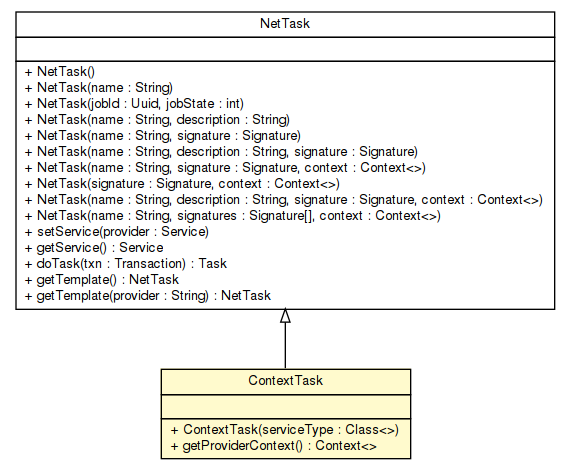
Before: apidocs/sorcer/core/exertion/ContextTask.png, a diagram exported from Graphviz (sorcersoft/sorcersoft.github.io). Its source is kept beside it as apidocs/sorcer/core/exertion/ContextTask.dot.
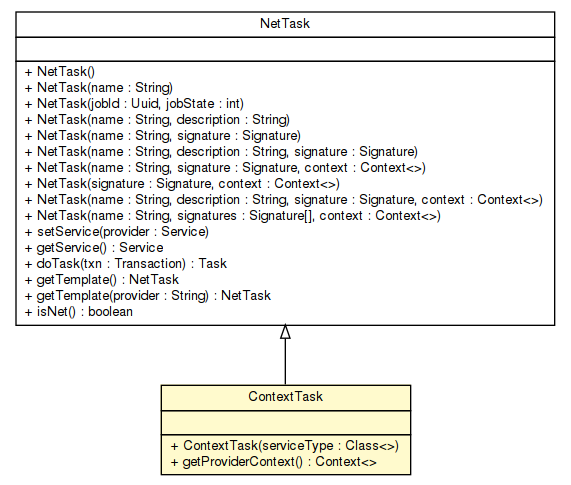
Later version of the same file.

Change to the diagram source:
```diff
@@ -4,7 +4,7 @@
 	node [fontname="Helvetica",fontsize=10,shape=plaintext];
 	nodesep=0.25;
 	ranksep=0.5;
-	c108793 [label=<<table title="sorcer.core.exertion.ContextTask" border="0" cellborder="1" cellspacing="0" cellpadding="2" port="p" bgcolor="lemonChiffon" href="./ContextTask.html">
+	c152004 [label=<<table title="sorcer.core.exertion.ContextTask" border="0" cellborder="1" cellspacing="0" cellpadding="2" port="p" bgcolor="lemonChiffon" href="./ContextTask.html">
 		<tr><td><table border="0" cellspacing="0" cellpadding="1">
 <tr><td align="center" balign="center"> ContextTask </td></tr>
 		</table></td></tr>
@@ -16,7 +16,7 @@
 <tr><td align="left" balign="left"> + getProviderContext() : Context&lt;&gt; </td></tr>
 		</table></td></tr>
 		</table>>, URL="./ContextTask.html", fontname="Helvetica", fontcolor="black", fontsize=10.0];
-	c108797 [label=<<table title="sorcer.core.exertion.NetTask" border="0" cellborder="1" cellspacing="0" cellpadding="2" port="p" href="./NetTask.html">
+	c152010 [label=<<table title="sorcer.core.exertion.NetTask" border="0" cellborder="1" cellspacing="0" cellpadding="2" port="p" href="./NetTask.html">
 		<tr><td><table border="0" cellspacing="0" cellpadding="1">
 <tr><td align="center" balign="center"> NetTask </td></tr>
 		</table></td></tr>
@@ -39,7 +39,8 @@
 <tr><td align="left" balign="left"> + doTask(txn : Transaction) : Task </td></tr>
 <tr><td align="left" balign="left"> + getTemplate() : NetTask </td></tr>
 <tr><td align="left" balign="left"> + getTemplate(provider : String) : NetTask </td></tr>
+<tr><td align="left" balign="left"> + isNet() : boolean </td></tr>
 		</table></td></tr>
 		</table>>, URL="./NetTask.html", fontname="Helvetica", fontcolor="black", fontsize=10.0];
-	c108797:p -> c108793:p [dir=back,arrowtail=empty];
+	c152010:p -> c152004:p [dir=back,arrowtail=empty];
 }
```
